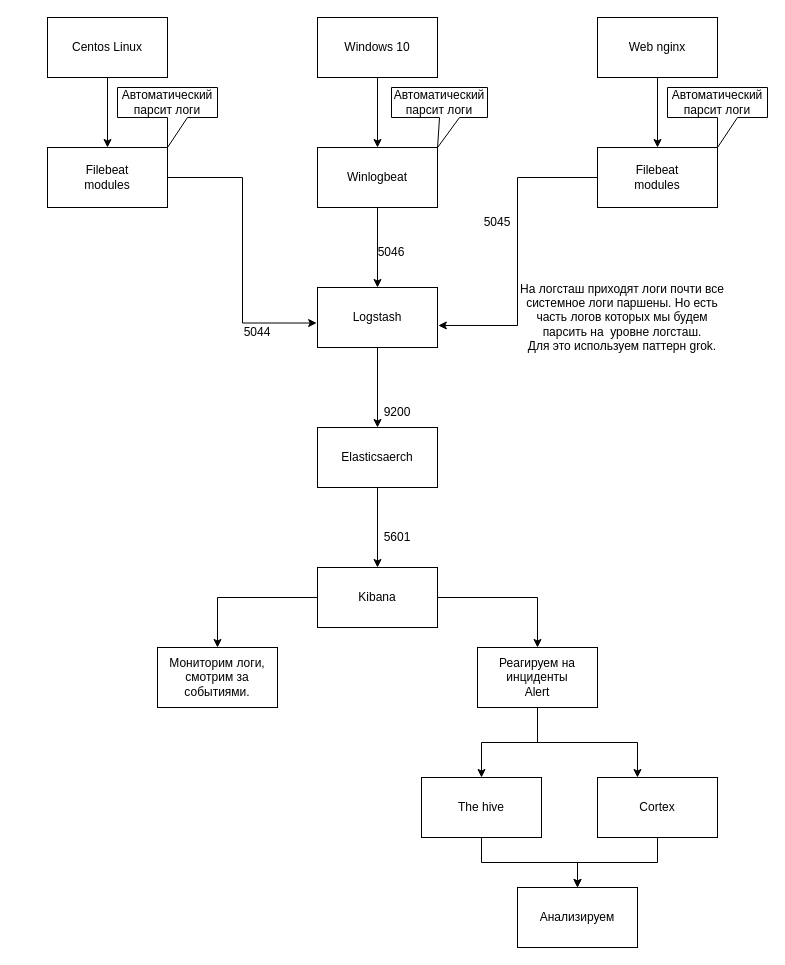
This is Untitled Diagram.drawio from KDimash/Schema1.0, a draw.io file, before an edit. Source tidied: cells renumbered, new cells numbered last; positions are measured from the earlier drawing's top-left corner, leaving out a move shared by most shapes. Both pictures are drawn from the tidied source at 100%, with x=0, y=0 at pixel (47, 17).
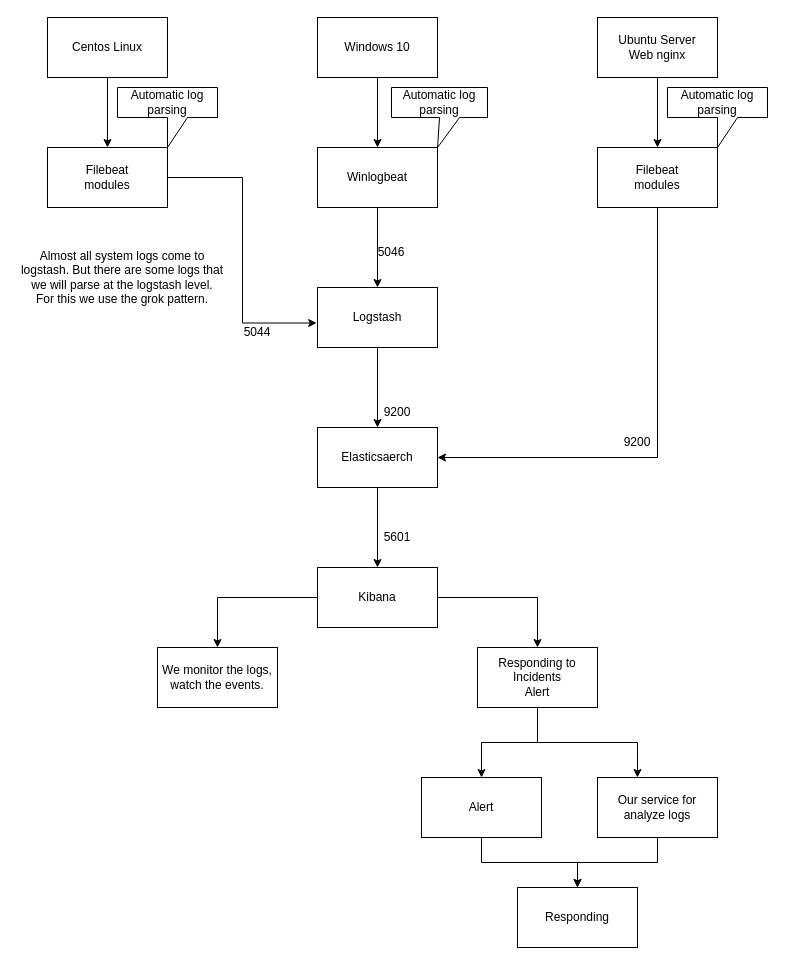
Above is the later version.

The change refers to these unchanged cells:
```xml
<mxCell id="13" value="Filebeat&lt;br&gt;modules" style="rounded=0;whiteSpace=wrap;html=1;" parent="1" vertex="1">
  <mxGeometry x="550" y="130" width="120" height="60" as="geometry" />
</mxCell>
<mxCell id="15" value="Logstash" style="rounded=0;whiteSpace=wrap;html=1;" parent="1" vertex="1">
  <mxGeometry x="270" y="270" width="120" height="60" as="geometry" />
</mxCell>
<mxCell id="17" value="Elasticsaerch" style="rounded=0;whiteSpace=wrap;html=1;" parent="1" vertex="1">
  <mxGeometry x="270" y="410" width="120" height="60" as="geometry" />
</mxCell>
```

The edit, as a diff of the source:
```diff
@@
-    <mxCell id="5" value="Web nginx" style="rounded=0;whiteSpace=wrap;html=1;" parent="1" vertex="1">
+    <mxCell id="5" value="Ubuntu Server&lt;br&gt;Web nginx" style="rounded=0;whiteSpace=wrap;html=1;" parent="1" vertex="1">
       <mxGeometry x="550" width="120" height="60" as="geometry" />
     </mxCell>
@@
-    <mxCell id="12" style="edgeStyle=orthogonalEdgeStyle;rounded=0;jettySize=auto;html=1;entryX=1.007;entryY=0.633;entryDx=0;entryDy=0;entryPerimeter=0;" parent="1" edge="1" source="13" target="15">
-      <mxGeometry relative="1" as="geometry" />
+    <mxCell id="12" style="edgeStyle=orthogonalEdgeStyle;rounded=0;jettySize=auto;html=1;entryX=1;entryY=0.5;entryDx=0;entryDy=0;" parent="1" edge="1" source="13" target="17">
+      <mxGeometry relative="1" as="geometry">
+        <Array as="points">
+          <mxPoint x="610" y="440" />
+        </Array>
+      </mxGeometry>
     </mxCell>
@@
-    <mxCell id="21" value="Автоматический парсит логи" style="shape=callout;whiteSpace=wrap;html=1;perimeter=calloutPerimeter;" parent="1" vertex="1">
+    <mxCell id="21" value="Automatic log parsing" style="shape=callout;whiteSpace=wrap;html=1;perimeter=calloutPerimeter;" parent="1" vertex="1">
       <mxGeometry x="70" y="70" width="100" height="60" as="geometry" />
     </mxCell>
-    <mxCell id="22" value="Автоматический парсит логи" style="shape=callout;whiteSpace=wrap;html=1;perimeter=calloutPerimeter;position2=0.48;" parent="1" vertex="1">
+    <mxCell id="22" value="Automatic log parsing" style="shape=callout;whiteSpace=wrap;html=1;perimeter=calloutPerimeter;position2=0.48;" parent="1" vertex="1">
       <mxGeometry x="344" y="70" width="96" height="60" as="geometry" />
     </mxCell>
-    <mxCell id="23" value="Автоматический парсит логи" style="shape=callout;whiteSpace=wrap;html=1;perimeter=calloutPerimeter;" parent="1" vertex="1">
+    <mxCell id="23" value="Automatic log parsing" style="shape=callout;whiteSpace=wrap;html=1;perimeter=calloutPerimeter;" parent="1" vertex="1">
       <mxGeometry x="620" y="70" width="100" height="60" as="geometry" />
     </mxCell>
-    <mxCell id="24" value="На логсташ приходят логи почти все системное логи паршены. Но есть часть логов которых мы будем парсить на&amp;nbsp; уровне логсташ.&lt;br&gt;Для это используем паттерн grok." style="text;html=1;strokeColor=none;fillColor=none;align=center;verticalAlign=middle;whiteSpace=wrap;rounded=0;" parent="1" vertex="1">
-      <mxGeometry x="470" y="250" width="210" height="100" as="geometry" />
+    <mxCell id="24" value="&lt;div&gt;Almost all system logs come to logstash. But there are some logs that we will parse at the logstash level.&lt;/div&gt;&lt;div&gt;For this we use the grok pattern.&lt;/div&gt;" style="text;html=1;strokeColor=none;fillColor=none;align=center;verticalAlign=middle;whiteSpace=wrap;rounded=0;" parent="1" vertex="1">
+      <mxGeometry x="-30" y="210" width="210" height="100" as="geometry" />
     </mxCell>
@@
-    <mxCell id="27" value="5045" style="text;html=1;strokeColor=none;fillColor=none;align=center;verticalAlign=middle;whiteSpace=wrap;rounded=0;" parent="1" vertex="1">
-      <mxGeometry x="420" y="190" width="60" height="30" as="geometry" />
+    <mxCell id="27" value="9200" style="text;html=1;strokeColor=none;fillColor=none;align=center;verticalAlign=middle;whiteSpace=wrap;rounded=0;" parent="1" vertex="1">
+      <mxGeometry x="560" y="410" width="60" height="30" as="geometry" />
     </mxCell>
@@
-    <mxCell id="30" value="Мониторим логи, смотрим за событиями." style="rounded=0;whiteSpace=wrap;html=1;" parent="1" vertex="1">
+    <mxCell id="30" value="We monitor the logs, watch the events." style="rounded=0;whiteSpace=wrap;html=1;" parent="1" vertex="1">
       <mxGeometry x="110" y="630" width="120" height="60" as="geometry" />
     </mxCell>
@@
-    <mxCell id="33" value="Реагируем на инциденты&lt;br&gt;Alert" style="rounded=0;whiteSpace=wrap;html=1;" parent="1" vertex="1">
+    <mxCell id="33" value="&lt;div&gt;Responding to Incidents&lt;/div&gt;&lt;div&gt;Alert&lt;/div&gt;" style="rounded=0;whiteSpace=wrap;html=1;" parent="1" vertex="1">
       <mxGeometry x="430" y="630" width="120" height="60" as="geometry" />
     </mxCell>
@@
-    <mxCell id="35" value="The hive" style="rounded=0;whiteSpace=wrap;html=1;" parent="1" vertex="1">
+    <mxCell id="35" value="Alert" style="rounded=0;whiteSpace=wrap;html=1;" parent="1" vertex="1">
       <mxGeometry x="374" y="760" width="120" height="60" as="geometry" />
     </mxCell>
@@
-    <mxCell id="37" value="Cortex" style="rounded=0;whiteSpace=wrap;html=1;" parent="1" vertex="1">
+    <mxCell id="37" value="Our service for analyze logs" style="rounded=0;whiteSpace=wrap;html=1;" parent="1" vertex="1">
       <mxGeometry x="550" y="760" width="120" height="60" as="geometry" />
     </mxCell>
-    <mxCell id="38" value="Анализируем" style="rounded=0;whiteSpace=wrap;html=1;" parent="1" vertex="1">
+    <mxCell id="38" value="Responding" style="rounded=0;whiteSpace=wrap;html=1;" parent="1" vertex="1">
       <mxGeometry x="470" y="870" width="120" height="60" as="geometry" />
     </mxCell>
```
